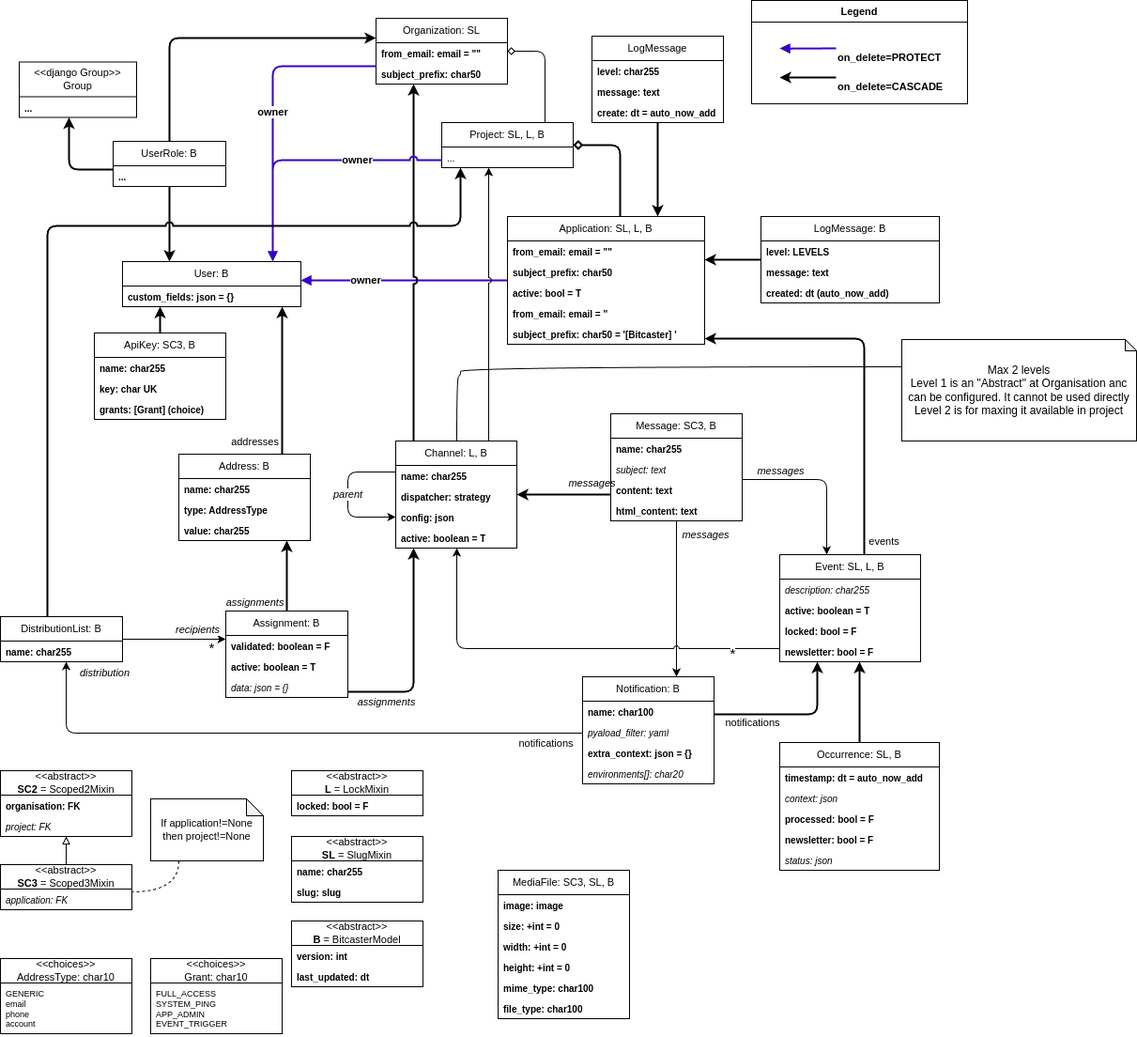
bitcaster-io/bitcaster keeps this draw.io diagram as docs/_guidelines/development/BitcasterCD.drawio.png. Above is the earlier version. Source tidied: cells renumbered, new cells last; positions are measured from the earlier drawing's top-left corner, leaving out a move shared by most shapes.
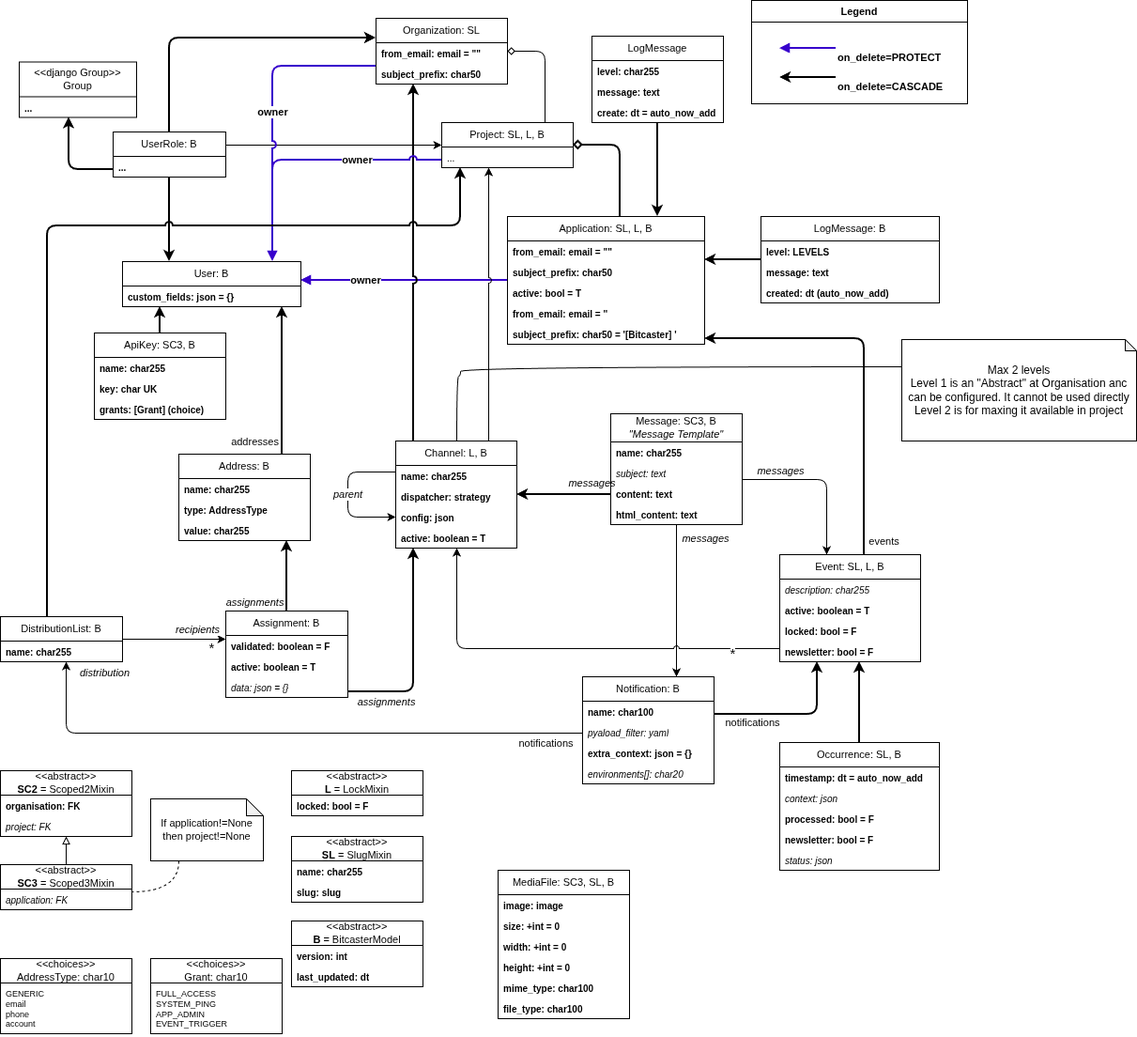
After the change.

What changed in the source:
```diff
@@ -40,20 +40,20 @@
         <mxPoint x="30" y="-6" as="offset" />
       </mxGeometry>
     </mxCell>
-    <mxCell id="8" value="Message: SC3, B" style="swimlane;fontStyle=0;horizontal=1;startSize=26;fillColor=none;whiteSpace=wrap;html=1;fontSize=11;" parent="1" vertex="1">
-      <mxGeometry x="650" y="440" width="140" height="114" as="geometry" />
+    <mxCell id="8" value="Message: SC3, B&lt;div&gt;&lt;i&gt;&quot;Message Template&quot;&lt;/i&gt;&lt;/div&gt;" style="swimlane;fontStyle=0;horizontal=1;startSize=30;fillColor=none;whiteSpace=wrap;html=1;fontSize=11;" parent="1" vertex="1">
+      <mxGeometry x="650" y="440" width="140" height="118" as="geometry" />
     </mxCell>
     <mxCell id="9" value="name: char255" style="text;strokeColor=none;fillColor=none;align=left;verticalAlign=top;spacingLeft=4;spacingRight=4;overflow=hidden;whiteSpace=wrap;html=1;fontSize=10;fontStyle=1;" parent="8" vertex="1">
-      <mxGeometry y="26" width="140" height="22" as="geometry" />
+      <mxGeometry y="30" width="140" height="22" as="geometry" />
     </mxCell>
     <mxCell id="10" value="subject: text" style="text;strokeColor=none;fillColor=none;align=left;verticalAlign=top;spacingLeft=4;spacingRight=4;overflow=hidden;whiteSpace=wrap;html=1;fontSize=10;fontStyle=2;" parent="8" vertex="1">
-      <mxGeometry y="48" width="140" height="22" as="geometry" />
+      <mxGeometry y="52" width="140" height="22" as="geometry" />
     </mxCell>
     <mxCell id="11" value="content: text" style="text;strokeColor=none;fillColor=none;align=left;verticalAlign=top;spacingLeft=4;spacingRight=4;overflow=hidden;whiteSpace=wrap;html=1;fontSize=10;fontStyle=1;" parent="8" vertex="1">
-      <mxGeometry y="70" width="140" height="22" as="geometry" />
+      <mxGeometry y="74" width="140" height="22" as="geometry" />
     </mxCell>
     <mxCell id="12" value="html_content: text" style="text;strokeColor=none;fillColor=none;align=left;verticalAlign=top;spacingLeft=4;spacingRight=4;overflow=hidden;whiteSpace=wrap;html=1;fontSize=10;fontStyle=1;" parent="8" vertex="1">
-      <mxGeometry y="92" width="140" height="22" as="geometry" />
+      <mxGeometry y="96" width="140" height="22" as="geometry" />
     </mxCell>
     <mxCell id="13" style="edgeStyle=orthogonalEdgeStyle;rounded=1;jettySize=auto;html=1;endArrow=none;endFill=0;startArrow=diamond;startFill=0;curved=0;" parent="1" edge="1" source="14" target="18">
       <mxGeometry relative="1" as="geometry">
@@ -257,8 +257,16 @@
         </Array>
       </mxGeometry>
     </mxCell>
+    <mxCell id="138" style="edgeStyle=orthogonalEdgeStyle;rounded=1;jettySize=auto;html=1;strokeColor=default;curved=0;strokeWidth=1;" parent="1" edge="1" source="59" target="18">
+      <mxGeometry relative="1" as="geometry">
+        <Array as="points">
+          <mxPoint x="290" y="154" />
+          <mxPoint x="290" y="154" />
+        </Array>
+      </mxGeometry>
+    </mxCell>
     <mxCell id="59" value="UserRole: B" style="swimlane;fontStyle=0;horizontal=1;startSize=26;fillColor=none;whiteSpace=wrap;html=1;fontSize=11;" parent="1" vertex="1">
-      <mxGeometry x="120" y="150" width="120" height="48" as="geometry" />
+      <mxGeometry x="120" y="140" width="120" height="48" as="geometry" />
     </mxCell>
     <mxCell id="60" value="..." style="text;strokeColor=none;fillColor=none;align=left;verticalAlign=top;spacingLeft=4;spacingRight=4;overflow=hidden;whiteSpace=wrap;html=1;fontSize=10;fontStyle=1;" parent="59" vertex="1">
       <mxGeometry y="26" width="120" height="22" as="geometry" />
```
